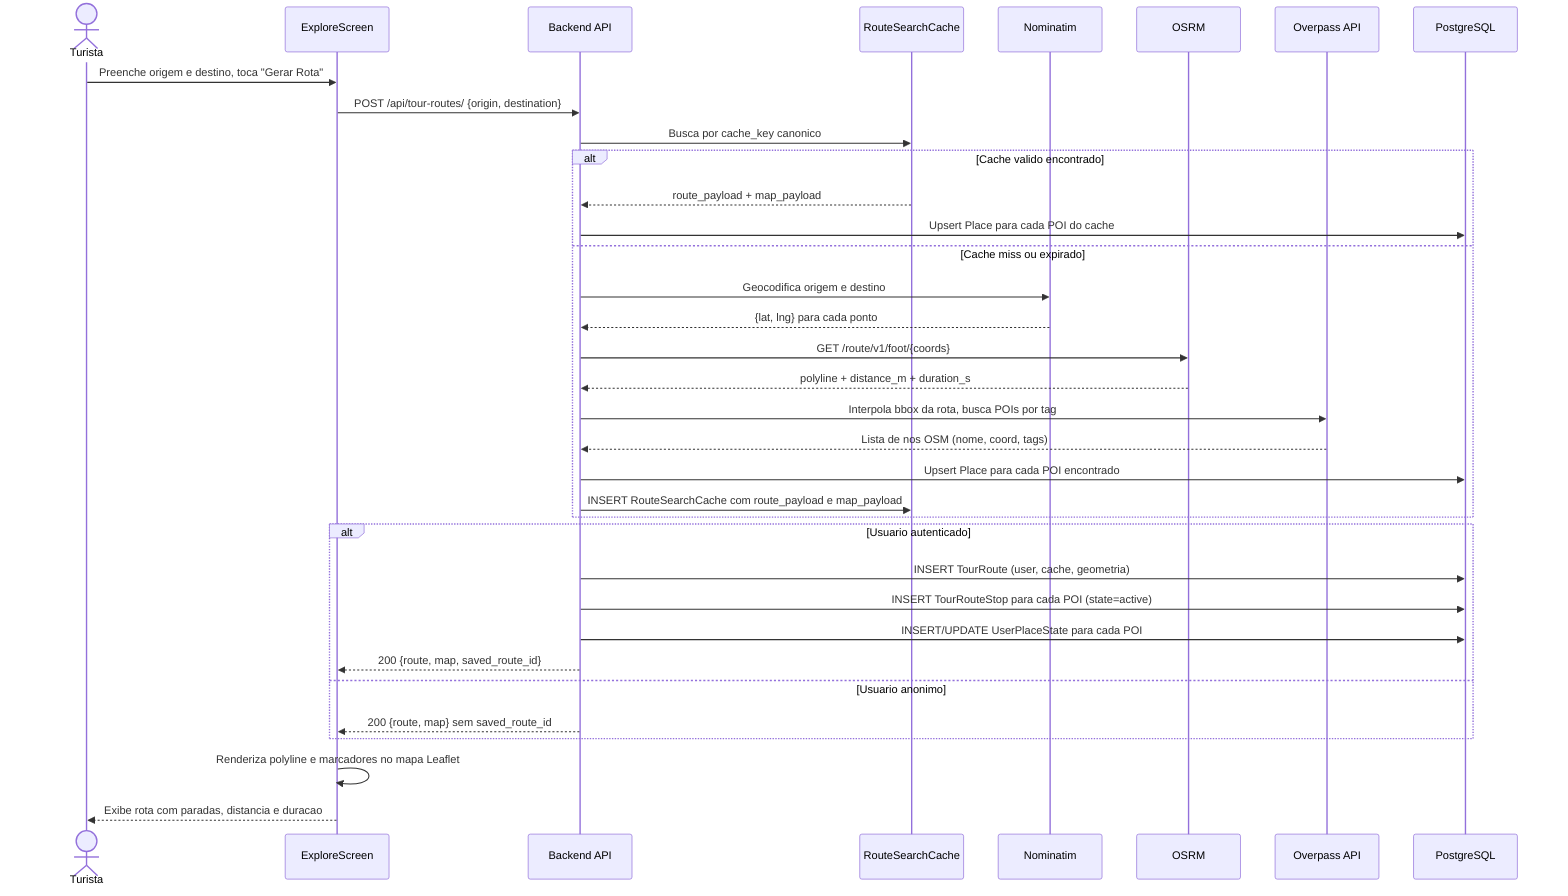
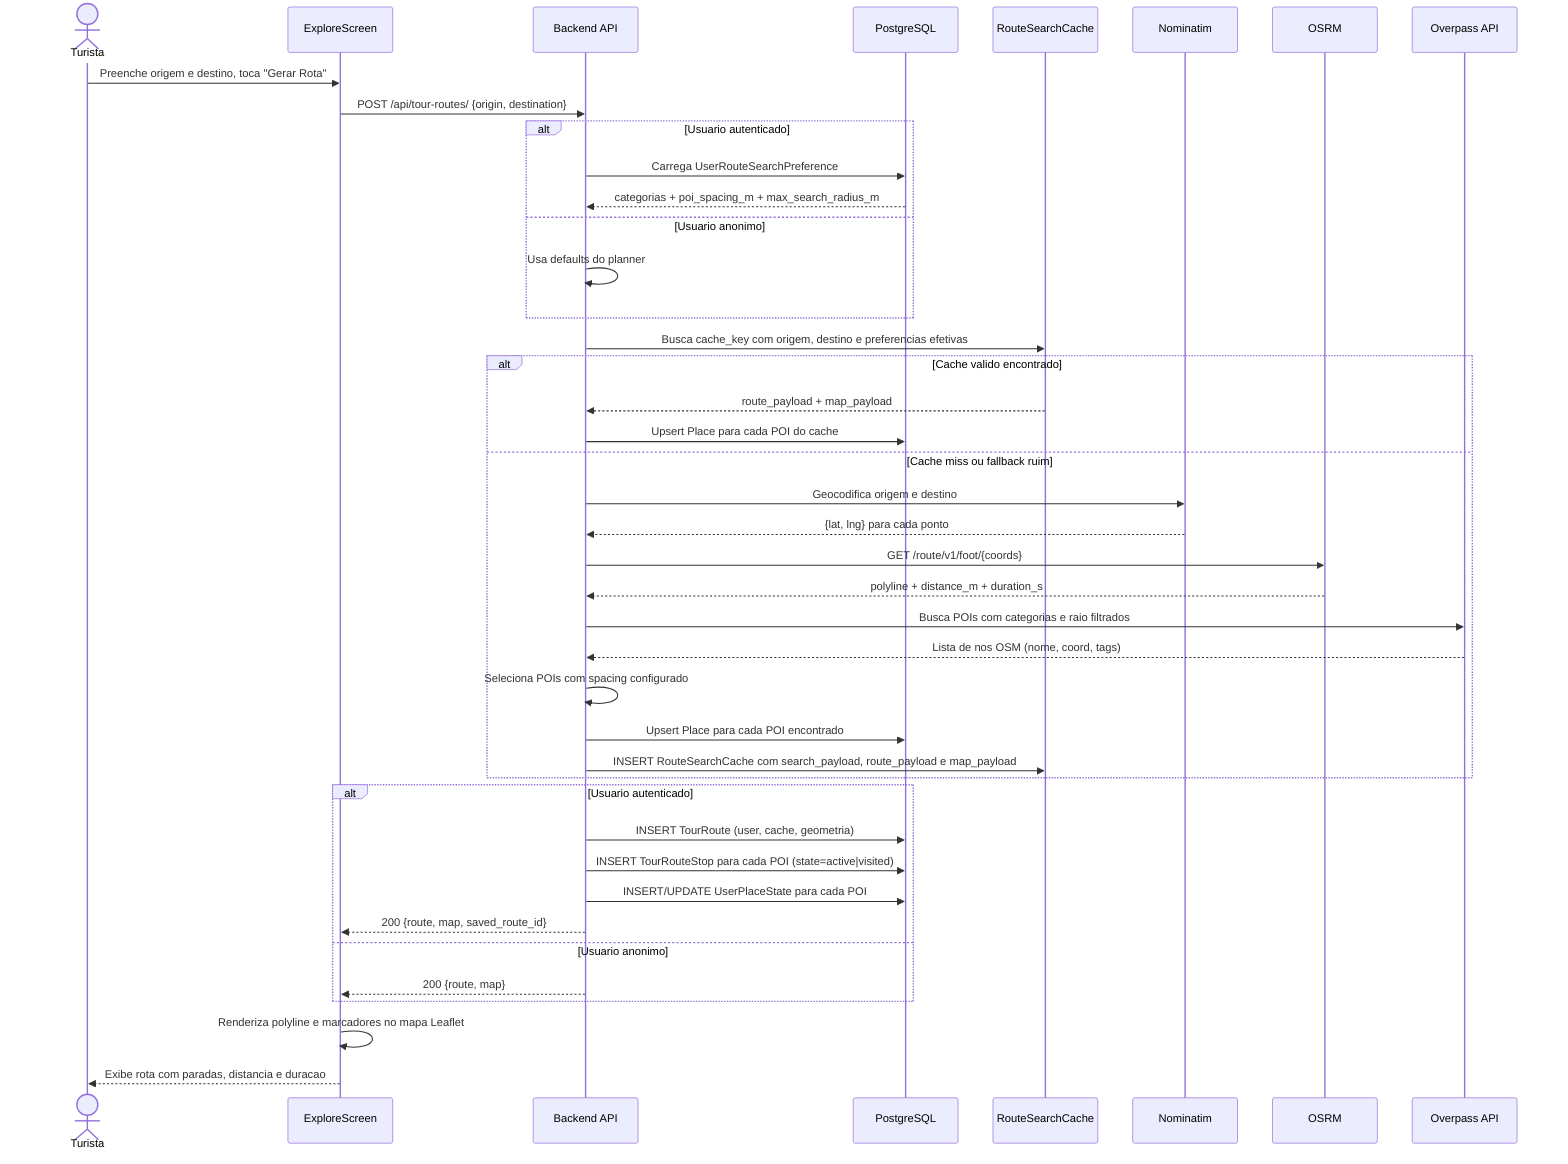
sequenceDiagram
    actor T as Turista
    participant App as ExploreScreen
    participant API as Backend API
+     participant DB as PostgreSQL
    participant Cache as RouteSearchCache
    participant Nom as Nominatim
    participant OSRM as OSRM
    participant OVP as Overpass API
-     participant DB as PostgreSQL

    T->>App: Preenche origem e destino, toca "Gerar Rota"
    App->>API: POST /api/tour-routes/ {origin, destination}

-     API->>Cache: Busca por cache_key canonico
+     alt Usuario autenticado
+         API->>DB: Carrega UserRouteSearchPreference
+         DB-->>API: categorias + poi_spacing_m + max_search_radius_m
+     else Usuario anonimo
+         API->>API: Usa defaults do planner
+     end
+ 
+     API->>Cache: Busca cache_key com origem, destino e preferencias efetivas
    alt Cache valido encontrado
        Cache-->>API: route_payload + map_payload
        API->>DB: Upsert Place para cada POI do cache
-     else Cache miss ou expirado
+     else Cache miss ou fallback ruim
        API->>Nom: Geocodifica origem e destino
        Nom-->>API: {lat, lng} para cada ponto
        API->>OSRM: GET /route/v1/foot/{coords}
        OSRM-->>API: polyline + distance_m + duration_s
-         API->>OVP: Interpola bbox da rota, busca POIs por tag
+         API->>OVP: Busca POIs com categorias e raio filtrados
        OVP-->>API: Lista de nos OSM (nome, coord, tags)
+         API->>API: Seleciona POIs com spacing configurado
        API->>DB: Upsert Place para cada POI encontrado
-         API->>Cache: INSERT RouteSearchCache com route_payload e map_payload
+         API->>Cache: INSERT RouteSearchCache com search_payload, route_payload e map_payload
    end

    alt Usuario autenticado
        API->>DB: INSERT TourRoute (user, cache, geometria)
-         API->>DB: INSERT TourRouteStop para cada POI (state=active)
+         API->>DB: INSERT TourRouteStop para cada POI (state=active|visited)
        API->>DB: INSERT/UPDATE UserPlaceState para cada POI
        API-->>App: 200 {route, map, saved_route_id}
    else Usuario anonimo
-         API-->>App: 200 {route, map} sem saved_route_id
+         API-->>App: 200 {route, map}
    end

    App->>App: Renderiza polyline e marcadores no mapa Leaflet
    App-->>T: Exibe rota com paradas, distancia e duracao
